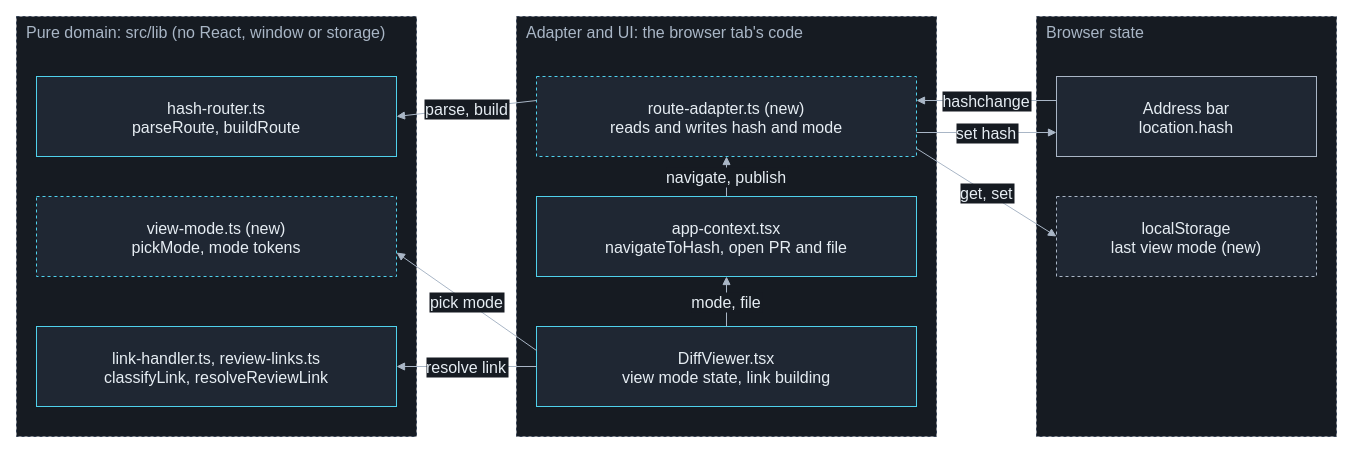
Earlier version of the draw.io diagram docs/assets/diagrams/l2-links-routing.drawio (mardoc-app/mardoc-app.github.io). Source tidied: cells renumbered, new cells numbered last; positions are measured from the earlier drawing's top-left corner, leaving out a move shared by most shapes. Both pictures are drawn from the tidied source at 100%, with x=0, y=0 at pixel (16, 16).
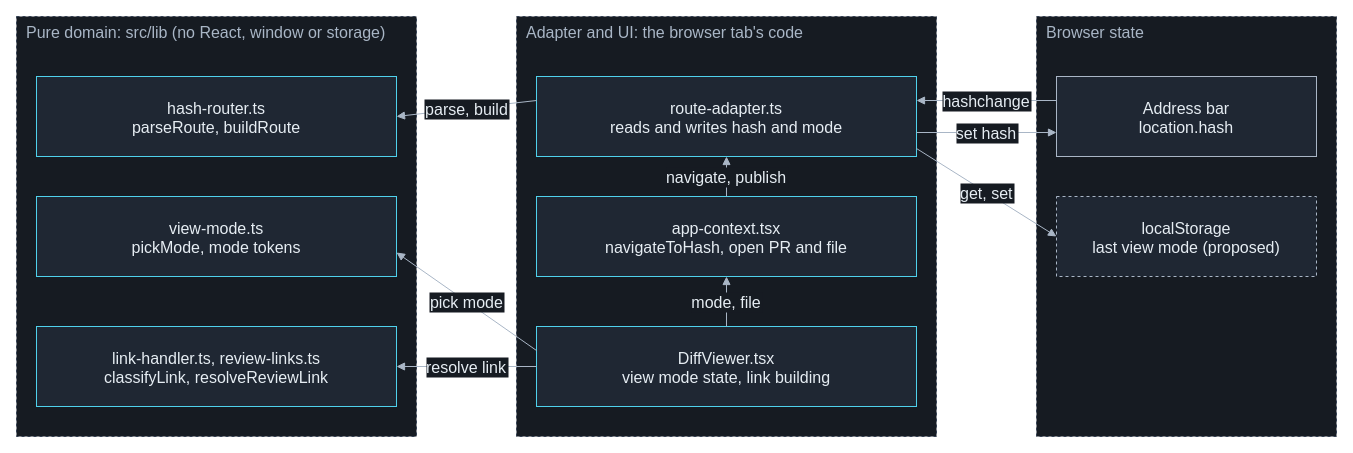
Above is the later version.

Commit message (it also covers changes not shown here):
WP-12 increment 3: LR-26 keeps the address bar in the route adapter (F-84, NF-80)

The edit, as a diff of the source:
```diff
@@
-    <mxCell id="6" value="view-mode.ts (new)&#10;pickMode, mode tokens" style="rounded=0;html=0;fillColor=#1f2733;strokeColor=#4fd1ec;fontColor=#e6edf3;fontSize=16;dashed=1;" parent="1" vertex="1">
+    <mxCell id="6" value="view-mode.ts&#10;pickMode, mode tokens" style="rounded=0;html=0;fillColor=#1f2733;strokeColor=#4fd1ec;fontColor=#e6edf3;fontSize=16;" parent="1" vertex="1">
       <mxGeometry x="20" y="180" width="360" height="80" as="geometry" />
     </mxCell>
@@
-    <mxCell id="8" value="route-adapter.ts (new)&#10;reads and writes hash and mode" style="rounded=0;html=0;fillColor=#1f2733;strokeColor=#4fd1ec;fontColor=#e6edf3;fontSize=16;dashed=1;" parent="1" vertex="1">
+    <mxCell id="8" value="route-adapter.ts&#10;reads and writes hash and mode" style="rounded=0;html=0;fillColor=#1f2733;strokeColor=#4fd1ec;fontColor=#e6edf3;fontSize=16;" parent="1" vertex="1">
       <mxGeometry x="520" y="60" width="380" height="80" as="geometry" />
     </mxCell>
@@
-    <mxCell id="12" value="localStorage&#10;last view mode (new)" style="rounded=0;html=0;fillColor=#1f2733;strokeColor=#a9b6c6;fontColor=#e6edf3;fontSize=16;dashed=1;" parent="1" vertex="1">
+    <mxCell id="12" value="localStorage&#10;last view mode (proposed)" style="rounded=0;html=0;fillColor=#1f2733;strokeColor=#a9b6c6;fontColor=#e6edf3;fontSize=16;dashed=1;" parent="1" vertex="1">
       <mxGeometry x="1040" y="180" width="260" height="80" as="geometry" />
     </mxCell>
```
